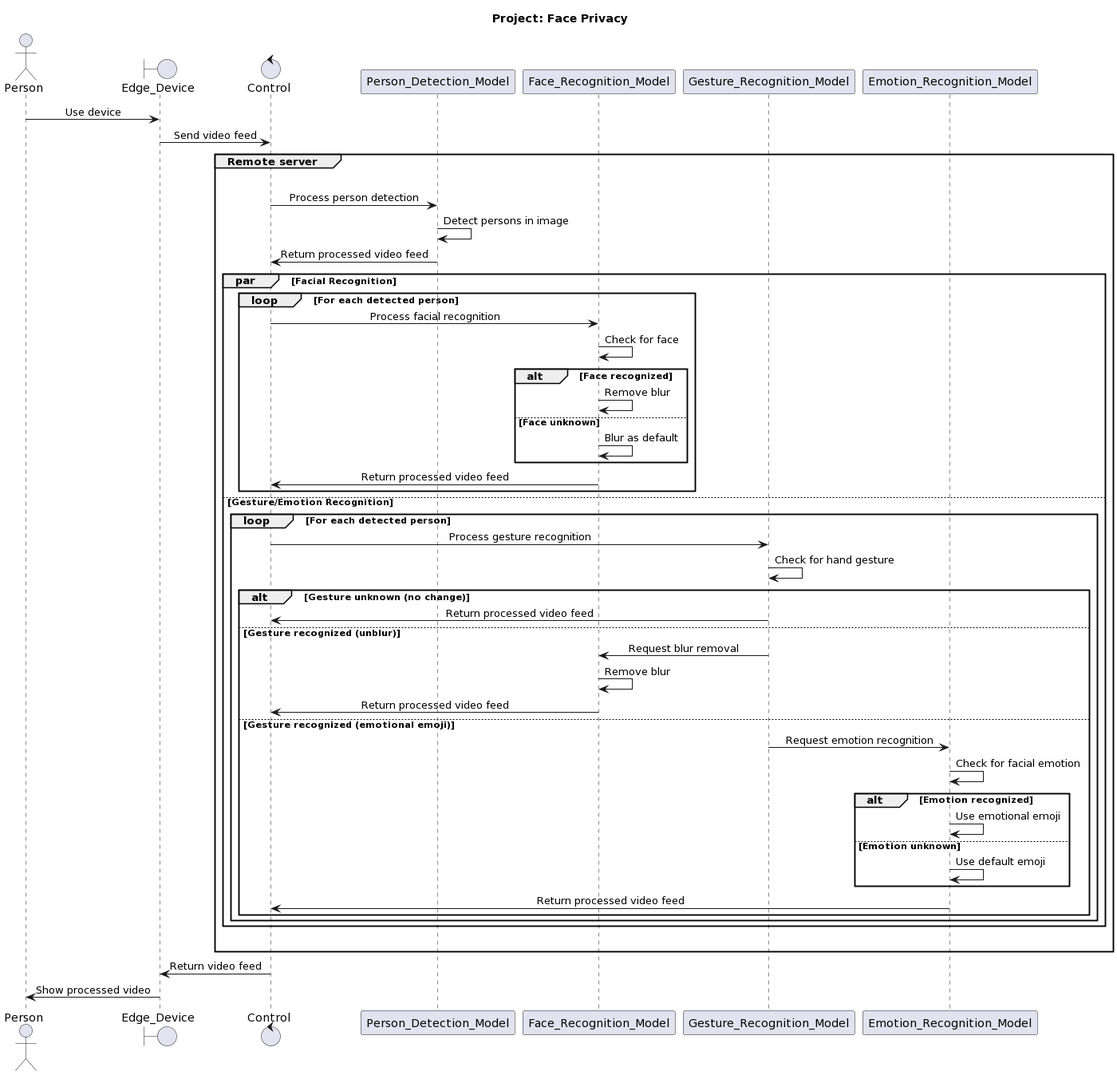
This is doc/PlantUML_Sequence_Diagram.png from Team-Intel-Edge-AI/OnTheEdge, a PlantUML export, as it was before one commit.
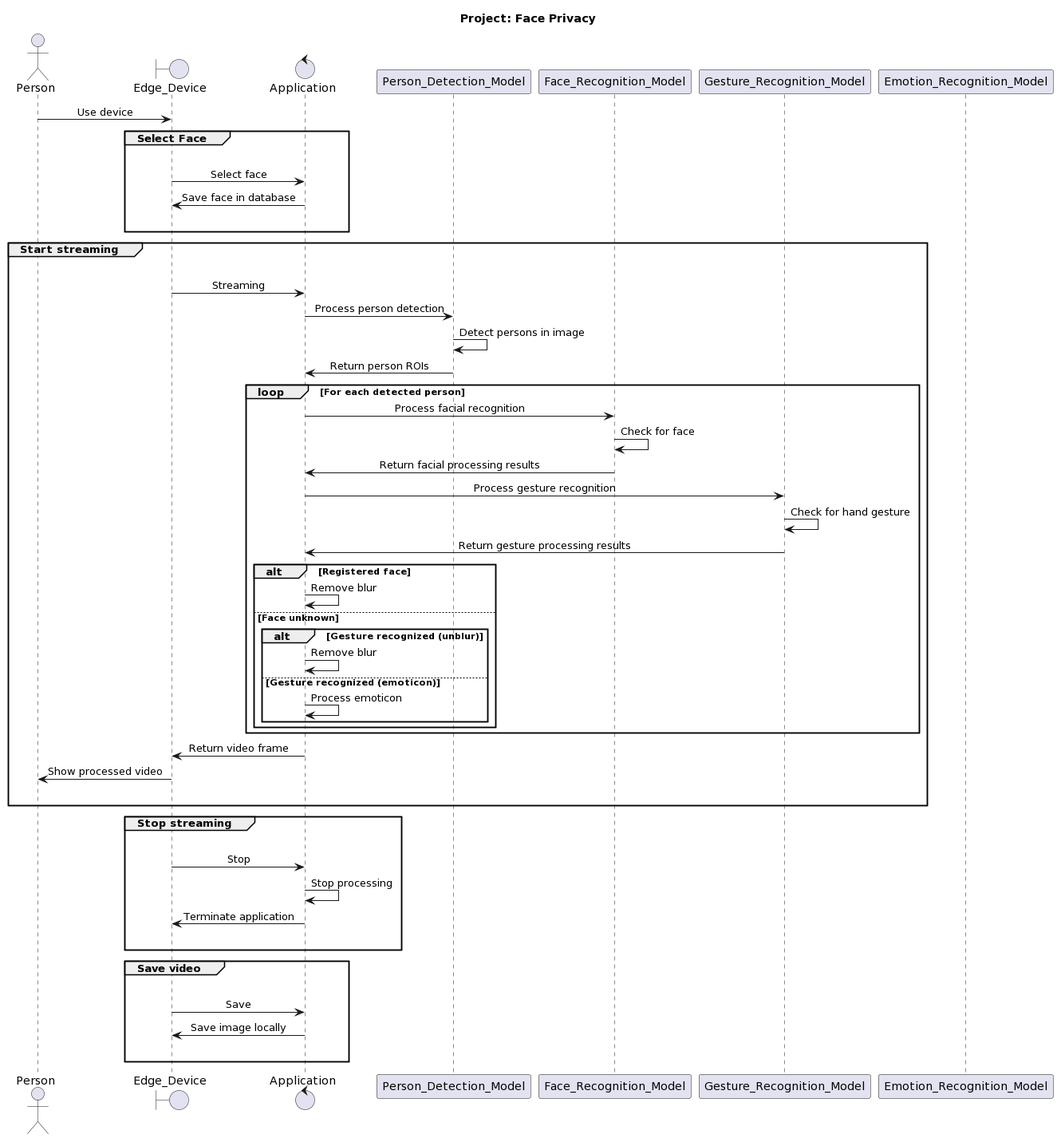
Above is the later version.

Commit message:
Update sequence diagram

Change to the diagram source:
```diff
@@ -3,7 +3,7 @@
 
 actor Person as per
 boundary Edge_Device as edge
-control Control as ctrl
+control Application as ctrl
 participant Person_Detection_Model as person
 participant Face_Recognition_Model as face
 participant Gesture_Recognition_Model as gesture
@@ -12,49 +12,54 @@
 skinparam sequenceMessageAlign center
 
 per -> edge: Use device
-edge -> ctrl: Send video feed
 
-group Remote server
+group Select Face
 |||
+edge -> ctrl: Select face
+ctrl -> edge: Save face in database
+|||
+end
+
+group Start streaming
+|||
+edge -> ctrl: Streaming
 ctrl -> person: Process person detection
 person -> person: Detect persons in image
-person -> ctrl: Return processed video feed
-par Facial Recognition
-    loop For each detected person
-        ctrl -> face: Process facial recognition
-        face -> face: Check for face
-        alt Face recognized
-            face -> face: Remove blur
-        else Face unknown
-            face -> face: Blur as default
-        end
-        face -> ctrl: Return processed video feed
-    end
-else Gesture/Emotion Recognition
-    loop For each detected person
-        ctrl -> gesture: Process gesture recognition
-        gesture -> gesture: Check for hand gesture
-        alt Gesture unknown (no change)
-            gesture -> ctrl: Return processed video feed
-        else Gesture recognized (unblur)
-            gesture -> face: Request blur removal
-            face -> face: Remove blur
-            face -> ctrl: Return processed video feed
-        else Gesture recognized (emotional emoji)
-            gesture -> emotion: Request emotion recognition
-            emotion -> emotion: Check for facial emotion
-            alt Emotion recognized
-                emotion -> emotion: Use emotional emoji
-            else Emotion unknown
-                emotion -> emotion: Use default emoji
-            end
-            emotion -> ctrl: Return processed video feed
+person -> ctrl: Return person ROIs
+loop For each detected person
+    ctrl -> face: Process facial recognition
+    face -> face: Check for face
+    face -> ctrl: Return facial processing results
+    ctrl -> gesture: Process gesture recognition
+    gesture -> gesture: Check for hand gesture
+    gesture -> ctrl: Return gesture processing results
+    alt Registered face
+        ctrl -> ctrl: Remove blur
+    else Face unknown
+        alt Gesture recognized (unblur)
+            ctrl -> ctrl: Remove blur
+        else Gesture recognized (emoticon)
+            ctrl -> ctrl: Process emoticon
         end
     end
 end
+ctrl -> edge: Return video frame
+edge -> per: Show processed video
 |||
 end
 
-ctrl -> edge: Return video feed
-edge -> per: Show processed video
+group Stop streaming
+|||
+edge -> ctrl: Stop
+ctrl -> ctrl: Stop processing
+ctrl -> edge: Terminate application
+|||
+end
+
+group Save video
+|||
+edge -> ctrl: Save
+ctrl -> edge: Save image locally
+|||
+end
 @enduml
```
